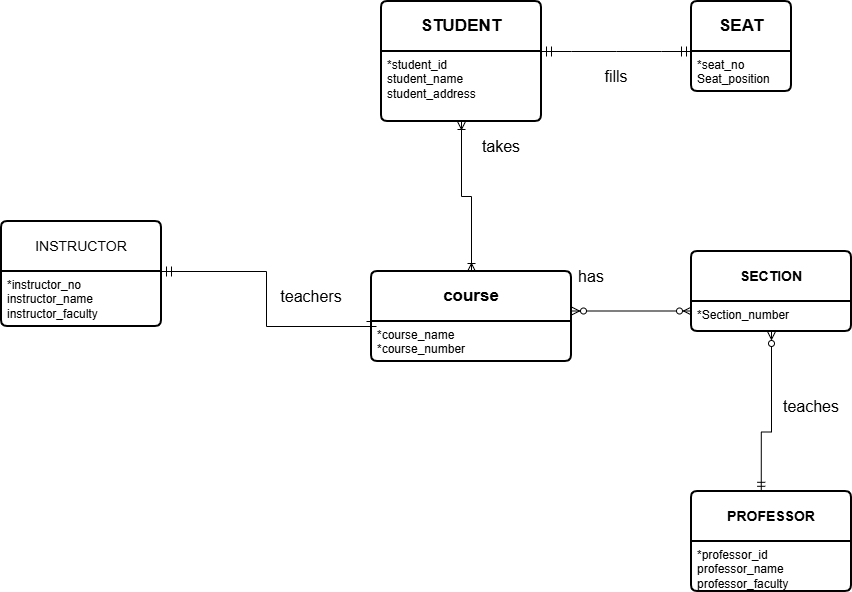
Before: Conceptual_Modeling.drawio.png, a diagram exported from draw.io (LuisCP759/luc_comp251_lab2). Source tidied: cells renumbered, new cells last; positions are measured from the earlier drawing's top-left corner, leaving out a move shared by most shapes. The source it was exported from:
```xml
<mxGraphModel>
  <root>
    <mxCell id="0" />
    <mxCell id="1" parent="0" />
    <mxCell id="2" value="&lt;b&gt;&lt;font style=&quot;font-size: 17px;&quot;&gt;STUDENT&lt;/font&gt;&lt;/b&gt;" style="swimlane;horizontal=1;startSize=50;rounded=1;fontSize=14;fontStyle=0;strokeWidth=2;shadow=0;dashed=0;align=center;arcSize=4;whiteSpace=wrap;html=1;" parent="1" vertex="1">
      <mxGeometry x="380" width="160" height="120" as="geometry" />
    </mxCell>
    <mxCell id="3" value="*student_id&amp;nbsp;&lt;div&gt;student_name&lt;/div&gt;&lt;div&gt;student_address&amp;nbsp;&lt;/div&gt;&lt;div&gt;&lt;br&gt;&lt;/div&gt;" style="align=left;strokeColor=none;fillColor=none;spacingLeft=4;spacingRight=4;fontSize=12;verticalAlign=top;html=1;whiteSpace=wrap;" parent="2" vertex="1">
      <mxGeometry y="50" width="160" height="70" as="geometry" />
    </mxCell>
    <mxCell id="4" style="edgeStyle=entityRelationEdgeStyle;fontSize=12;html=1;endArrow=ERmandOne;endFill=0;rounded=0;defaultLabelBackgroundColor=page;startSize=8;endSize=8;curved=1;startArrow=ERmandOne;startFill=0;flowAnimation=0;sketch=0;" parent="1" edge="1">
      <mxGeometry relative="1" as="geometry">
        <mxPoint x="540" y="50" as="sourcePoint" />
        <mxPoint x="690" y="50" as="targetPoint" />
      </mxGeometry>
    </mxCell>
    <mxCell id="5" value="&lt;span style=&quot;font-size: 17px;&quot;&gt;&lt;b&gt;SEAT&lt;/b&gt;&lt;/span&gt;" style="swimlane;horizontal=1;startSize=50;rounded=1;fontSize=14;fontStyle=0;strokeWidth=2;shadow=0;dashed=0;align=center;arcSize=4;whiteSpace=wrap;html=1;" parent="1" vertex="1">
      <mxGeometry x="690" width="100" height="90" as="geometry" />
    </mxCell>
    <mxCell id="6" value="*seat_no&lt;div&gt;Seat_position&lt;/div&gt;" style="align=left;strokeColor=none;fillColor=none;spacingLeft=4;spacingRight=4;fontSize=12;verticalAlign=top;html=1;whiteSpace=wrap;" parent="5" vertex="1">
      <mxGeometry y="50" width="100" height="40" as="geometry" />
    </mxCell>
    <mxCell id="7" style="edgeStyle=orthogonalEdgeStyle;fontSize=12;html=1;endArrow=ERoneToMany;endFill=0;rounded=0;defaultLabelBackgroundColor=page;exitX=0.5;exitY=1;exitDx=0;exitDy=0;startArrow=ERoneToMany;startFill=0;" parent="1" edge="1" source="2">
      <mxGeometry relative="1" as="geometry">
        <mxPoint x="470" y="270" as="targetPoint" />
      </mxGeometry>
    </mxCell>
    <mxCell id="8" value="&lt;span style=&quot;font-size: 17px;&quot;&gt;&lt;b&gt;course&lt;/b&gt;&lt;/span&gt;" style="swimlane;horizontal=1;startSize=50;rounded=1;fontSize=14;fontStyle=0;strokeWidth=2;shadow=0;dashed=0;align=center;arcSize=4;whiteSpace=wrap;html=1;" parent="1" vertex="1">
      <mxGeometry x="370" y="270" width="200" height="90" as="geometry" />
    </mxCell>
    <mxCell id="9" value="&lt;div&gt;*course_name&lt;/div&gt;&lt;div&gt;*course_number&lt;/div&gt;&lt;div&gt;&lt;br&gt;&lt;/div&gt;" style="align=left;strokeColor=none;fillColor=none;spacingLeft=4;spacingRight=4;fontSize=12;verticalAlign=top;html=1;whiteSpace=wrap;" parent="8" vertex="1">
      <mxGeometry y="50" width="200" height="40" as="geometry" />
    </mxCell>
    <mxCell id="10" style="edgeStyle=orthogonalEdgeStyle;fontSize=12;html=1;endArrow=ERzeroToMany;endFill=1;rounded=0;defaultLabelBackgroundColor=page;exitX=0.5;exitY=1;exitDx=0;exitDy=0;startArrow=ERzeroToMany;startFill=1;entryX=0;entryY=0.5;entryDx=0;entryDy=0;" parent="1" edge="1">
      <mxGeometry relative="1" as="geometry">
        <mxPoint x="570" y="309.5" as="sourcePoint" />
        <mxPoint x="690" y="309.5" as="targetPoint" />
      </mxGeometry>
    </mxCell>
    <mxCell id="11" value="INSTRUCTOR" style="swimlane;horizontal=1;startSize=50;rounded=1;fontSize=14;fontStyle=0;strokeWidth=2;shadow=0;dashed=0;align=center;arcSize=4;whiteSpace=wrap;html=1;" parent="1" vertex="1">
      <mxGeometry y="220" width="160" height="105" as="geometry" />
    </mxCell>
    <mxCell id="12" value="*instructor_no&lt;div&gt;instructor_name&lt;/div&gt;&lt;div&gt;instructor_faculty&lt;/div&gt;&lt;div&gt;&lt;br&gt;&lt;/div&gt;" style="align=left;strokeColor=none;fillColor=none;spacingLeft=4;spacingRight=4;fontSize=12;verticalAlign=top;html=1;whiteSpace=wrap;" parent="11" vertex="1">
      <mxGeometry y="50" width="160" height="55" as="geometry" />
    </mxCell>
    <mxCell id="13" value="&lt;b&gt;SECTION&lt;/b&gt;" style="swimlane;horizontal=1;startSize=50;rounded=1;fontSize=14;fontStyle=0;strokeWidth=2;shadow=0;dashed=0;align=center;arcSize=4;whiteSpace=wrap;html=1;" parent="1" vertex="1">
      <mxGeometry x="690" y="250" width="160" height="80" as="geometry" />
    </mxCell>
    <mxCell id="14" value="*Section_number" style="align=left;strokeColor=none;fillColor=none;spacingLeft=4;spacingRight=4;fontSize=12;verticalAlign=top;html=1;whiteSpace=wrap;" parent="13" vertex="1">
      <mxGeometry y="50" width="160" height="30" as="geometry" />
    </mxCell>
    <mxCell id="15" value="&lt;b&gt;PROFESSOR&lt;/b&gt;" style="swimlane;horizontal=1;startSize=50;rounded=1;fontSize=14;fontStyle=0;strokeWidth=2;shadow=0;dashed=0;align=center;arcSize=4;whiteSpace=wrap;html=1;" parent="1" vertex="1">
      <mxGeometry x="690" y="490" width="160" height="100" as="geometry" />
    </mxCell>
    <mxCell id="16" value="*professor_id&lt;div&gt;professor_name&lt;/div&gt;&lt;div&gt;professor_faculty&lt;/div&gt;" style="align=left;strokeColor=none;fillColor=none;spacingLeft=4;spacingRight=4;fontSize=12;verticalAlign=top;html=1;whiteSpace=wrap;" parent="15" vertex="1">
      <mxGeometry y="50" width="160" height="50" as="geometry" />
    </mxCell>
    <mxCell id="17" style="edgeStyle=orthogonalEdgeStyle;fontSize=12;html=1;endArrow=ERmandOne;endFill=0;rounded=0;defaultLabelBackgroundColor=page;exitX=0.5;exitY=1;exitDx=0;exitDy=0;entryX=0.436;entryY=-0.012;entryDx=0;entryDy=0;entryPerimeter=0;startArrow=ERzeroToMany;startFill=0;" parent="1" edge="1" source="14" target="15">
      <mxGeometry x="-0.32" relative="1" as="geometry">
        <Array as="points">
          <mxPoint x="770" y="430.5" />
          <mxPoint x="759.8" y="430.5" />
        </Array>
      </mxGeometry>
    </mxCell>
    <mxCell id="18" value="teaches" style="text;html=1;whiteSpace=wrap;strokeColor=none;fillColor=none;align=center;verticalAlign=middle;rounded=0;fontSize=16;" parent="1" vertex="1">
      <mxGeometry x="780" y="390" width="60" height="30" as="geometry" />
    </mxCell>
    <mxCell id="19" value="takes" style="text;html=1;whiteSpace=wrap;strokeColor=none;fillColor=none;align=center;verticalAlign=middle;rounded=0;fontSize=16;" parent="1" vertex="1">
      <mxGeometry x="470" y="130" width="60" height="30" as="geometry" />
    </mxCell>
    <mxCell id="20" value="has" style="text;html=1;whiteSpace=wrap;strokeColor=none;fillColor=none;align=center;verticalAlign=middle;rounded=0;fontSize=16;" parent="1" vertex="1">
      <mxGeometry x="560" y="260" width="60" height="30" as="geometry" />
    </mxCell>
    <mxCell id="21" value="fills" style="text;html=1;whiteSpace=wrap;strokeColor=none;fillColor=none;align=center;verticalAlign=middle;rounded=0;fontSize=16;" parent="1" vertex="1">
      <mxGeometry x="585" y="60" width="60" height="30" as="geometry" />
    </mxCell>
    <mxCell id="22" style="edgeStyle=orthogonalEdgeStyle;fontSize=12;html=1;endArrow=ERmandOne;startArrow=ERmandOne;rounded=0;defaultLabelBackgroundColor=page;startSize=8;endSize=8;entryX=0;entryY=0.5;entryDx=0;entryDy=0;exitX=1;exitY=0;exitDx=0;exitDy=0;startFill=0;endFill=0;" parent="1" edge="1" source="12" target="8">
      <mxGeometry x="-0.07" relative="1" as="geometry">
        <Array as="points">
          <mxPoint x="265" y="270" />
          <mxPoint x="265" y="325" />
        </Array>
      </mxGeometry>
    </mxCell>
    <mxCell id="23" value="teachers" style="text;html=1;whiteSpace=wrap;strokeColor=none;fillColor=none;align=center;verticalAlign=middle;rounded=0;fontSize=16;" parent="1" vertex="1">
      <mxGeometry x="280" y="280" width="60" height="30" as="geometry" />
    </mxCell>
  </root>
</mxGraphModel>
```
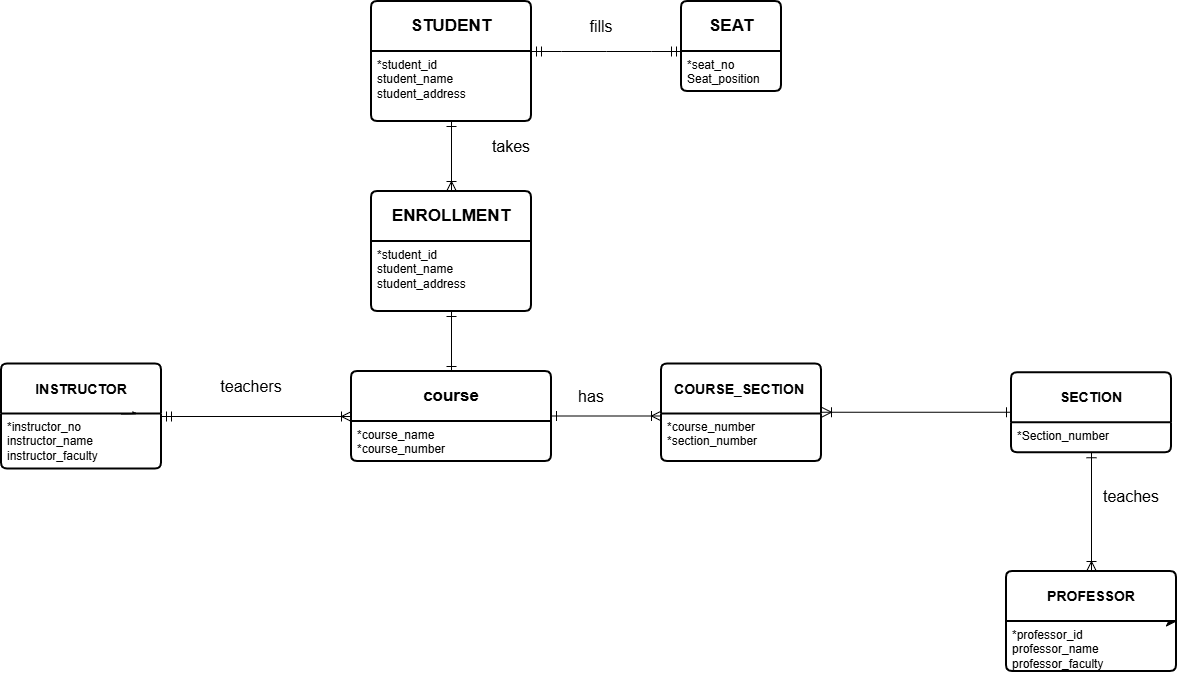
The same diagram one commit later.

Change to the diagram source:
```diff
@@ -2,89 +2,112 @@
   <root>
     <mxCell id="0" />
     <mxCell id="1" parent="0" />
+    <mxCell id="24" style="edgeStyle=none;curved=1;rounded=0;curveGeometry=1;jettySize=auto;html=1;exitX=0.5;exitY=0;exitDx=0;exitDy=0;fontSize=12;defaultLabelBackgroundColor=page;startSize=8;endSize=8;" parent="1" edge="1" source="16" target="15">
+      <mxGeometry relative="1" as="geometry" />
+    </mxCell>
+    <mxCell id="25" style="edgeStyle=none;curved=1;rounded=0;curveGeometry=1;jettySize=auto;html=1;fontSize=12;defaultLabelBackgroundColor=page;startSize=8;endSize=8;" parent="1" edge="1" source="14" target="13">
+      <mxGeometry relative="1" as="geometry" />
+    </mxCell>
     <mxCell id="2" value="&lt;b&gt;&lt;font style=&quot;font-size: 17px;&quot;&gt;STUDENT&lt;/font&gt;&lt;/b&gt;" style="swimlane;horizontal=1;startSize=50;rounded=1;fontSize=14;fontStyle=0;strokeWidth=2;shadow=0;dashed=0;align=center;arcSize=4;whiteSpace=wrap;html=1;" parent="1" vertex="1">
-      <mxGeometry x="380" width="160" height="120" as="geometry" />
+      <mxGeometry x="290" y="-70" width="160" height="120" as="geometry" />
     </mxCell>
     <mxCell id="3" value="*student_id&amp;nbsp;&lt;div&gt;student_name&lt;/div&gt;&lt;div&gt;student_address&amp;nbsp;&lt;/div&gt;&lt;div&gt;&lt;br&gt;&lt;/div&gt;" style="align=left;strokeColor=none;fillColor=none;spacingLeft=4;spacingRight=4;fontSize=12;verticalAlign=top;html=1;whiteSpace=wrap;" parent="2" vertex="1">
       <mxGeometry y="50" width="160" height="70" as="geometry" />
     </mxCell>
     <mxCell id="4" style="edgeStyle=entityRelationEdgeStyle;fontSize=12;html=1;endArrow=ERmandOne;endFill=0;rounded=0;defaultLabelBackgroundColor=page;startSize=8;endSize=8;curved=1;startArrow=ERmandOne;startFill=0;flowAnimation=0;sketch=0;" parent="1" edge="1">
       <mxGeometry relative="1" as="geometry">
-        <mxPoint x="540" y="50" as="sourcePoint" />
-        <mxPoint x="690" y="50" as="targetPoint" />
+        <mxPoint x="450" y="-20" as="sourcePoint" />
+        <mxPoint x="600" y="-20" as="targetPoint" />
       </mxGeometry>
     </mxCell>
     <mxCell id="5" value="&lt;span style=&quot;font-size: 17px;&quot;&gt;&lt;b&gt;SEAT&lt;/b&gt;&lt;/span&gt;" style="swimlane;horizontal=1;startSize=50;rounded=1;fontSize=14;fontStyle=0;strokeWidth=2;shadow=0;dashed=0;align=center;arcSize=4;whiteSpace=wrap;html=1;" parent="1" vertex="1">
-      <mxGeometry x="690" width="100" height="90" as="geometry" />
+      <mxGeometry x="600" y="-70" width="100" height="90" as="geometry" />
     </mxCell>
     <mxCell id="6" value="*seat_no&lt;div&gt;Seat_position&lt;/div&gt;" style="align=left;strokeColor=none;fillColor=none;spacingLeft=4;spacingRight=4;fontSize=12;verticalAlign=top;html=1;whiteSpace=wrap;" parent="5" vertex="1">
       <mxGeometry y="50" width="100" height="40" as="geometry" />
     </mxCell>
-    <mxCell id="7" style="edgeStyle=orthogonalEdgeStyle;fontSize=12;html=1;endArrow=ERoneToMany;endFill=0;rounded=0;defaultLabelBackgroundColor=page;exitX=0.5;exitY=1;exitDx=0;exitDy=0;startArrow=ERoneToMany;startFill=0;" parent="1" edge="1" source="2">
-      <mxGeometry relative="1" as="geometry">
-        <mxPoint x="470" y="270" as="targetPoint" />
-      </mxGeometry>
-    </mxCell>
     <mxCell id="8" value="&lt;span style=&quot;font-size: 17px;&quot;&gt;&lt;b&gt;course&lt;/b&gt;&lt;/span&gt;" style="swimlane;horizontal=1;startSize=50;rounded=1;fontSize=14;fontStyle=0;strokeWidth=2;shadow=0;dashed=0;align=center;arcSize=4;whiteSpace=wrap;html=1;" parent="1" vertex="1">
-      <mxGeometry x="370" y="270" width="200" height="90" as="geometry" />
+      <mxGeometry x="270" y="300" width="200" height="90" as="geometry" />
     </mxCell>
     <mxCell id="9" value="&lt;div&gt;*course_name&lt;/div&gt;&lt;div&gt;*course_number&lt;/div&gt;&lt;div&gt;&lt;br&gt;&lt;/div&gt;" style="align=left;strokeColor=none;fillColor=none;spacingLeft=4;spacingRight=4;fontSize=12;verticalAlign=top;html=1;whiteSpace=wrap;" parent="8" vertex="1">
       <mxGeometry y="50" width="200" height="40" as="geometry" />
     </mxCell>
-    <mxCell id="10" style="edgeStyle=orthogonalEdgeStyle;fontSize=12;html=1;endArrow=ERzeroToMany;endFill=1;rounded=0;defaultLabelBackgroundColor=page;exitX=0.5;exitY=1;exitDx=0;exitDy=0;startArrow=ERzeroToMany;startFill=1;entryX=0;entryY=0.5;entryDx=0;entryDy=0;" parent="1" edge="1">
-      <mxGeometry relative="1" as="geometry">
-        <mxPoint x="570" y="309.5" as="sourcePoint" />
-        <mxPoint x="690" y="309.5" as="targetPoint" />
-      </mxGeometry>
-    </mxCell>
-    <mxCell id="11" value="INSTRUCTOR" style="swimlane;horizontal=1;startSize=50;rounded=1;fontSize=14;fontStyle=0;strokeWidth=2;shadow=0;dashed=0;align=center;arcSize=4;whiteSpace=wrap;html=1;" parent="1" vertex="1">
-      <mxGeometry y="220" width="160" height="105" as="geometry" />
+    <mxCell id="11" value="&lt;b&gt;INSTRUCTOR&lt;/b&gt;" style="swimlane;horizontal=1;startSize=50;rounded=1;fontSize=14;fontStyle=0;strokeWidth=2;shadow=0;dashed=0;align=center;arcSize=4;whiteSpace=wrap;html=1;" parent="1" vertex="1">
+      <mxGeometry x="-80" y="292.5" width="160" height="105" as="geometry" />
     </mxCell>
     <mxCell id="12" value="*instructor_no&lt;div&gt;instructor_name&lt;/div&gt;&lt;div&gt;instructor_faculty&lt;/div&gt;&lt;div&gt;&lt;br&gt;&lt;/div&gt;" style="align=left;strokeColor=none;fillColor=none;spacingLeft=4;spacingRight=4;fontSize=12;verticalAlign=top;html=1;whiteSpace=wrap;" parent="11" vertex="1">
       <mxGeometry y="50" width="160" height="55" as="geometry" />
     </mxCell>
+    <mxCell id="26" style="edgeStyle=orthogonalEdgeStyle;curved=1;rounded=0;curveGeometry=1;orthogonalLoop=1;jettySize=auto;html=1;innerLoopWaypoints=1;exitX=0.75;exitY=0;exitDx=0;exitDy=0;entryX=0.816;entryY=-0.034;entryDx=0;entryDy=0;entryPerimeter=0;fontSize=12;defaultLabelBackgroundColor=page;startSize=8;endSize=8;startArrow=none;startFill=0;endArrow=none;endFill=0;" parent="11" edge="1" source="12" target="12">
+      <mxGeometry x="-0.6" relative="1" as="geometry">
+        <Array as="points">
+          <mxPoint x="140" y="50" />
+          <mxPoint x="140" y="48.1" />
+        </Array>
+      </mxGeometry>
+    </mxCell>
     <mxCell id="13" value="&lt;b&gt;SECTION&lt;/b&gt;" style="swimlane;horizontal=1;startSize=50;rounded=1;fontSize=14;fontStyle=0;strokeWidth=2;shadow=0;dashed=0;align=center;arcSize=4;whiteSpace=wrap;html=1;" parent="1" vertex="1">
-      <mxGeometry x="690" y="250" width="160" height="80" as="geometry" />
+      <mxGeometry x="930" y="301.2" width="160" height="80" as="geometry" />
     </mxCell>
     <mxCell id="14" value="*Section_number" style="align=left;strokeColor=none;fillColor=none;spacingLeft=4;spacingRight=4;fontSize=12;verticalAlign=top;html=1;whiteSpace=wrap;" parent="13" vertex="1">
       <mxGeometry y="50" width="160" height="30" as="geometry" />
     </mxCell>
     <mxCell id="15" value="&lt;b&gt;PROFESSOR&lt;/b&gt;" style="swimlane;horizontal=1;startSize=50;rounded=1;fontSize=14;fontStyle=0;strokeWidth=2;shadow=0;dashed=0;align=center;arcSize=4;whiteSpace=wrap;html=1;" parent="1" vertex="1">
-      <mxGeometry x="690" y="490" width="160" height="100" as="geometry" />
+      <mxGeometry x="925" y="500" width="170" height="100" as="geometry" />
     </mxCell>
     <mxCell id="16" value="*professor_id&lt;div&gt;professor_name&lt;/div&gt;&lt;div&gt;professor_faculty&lt;/div&gt;" style="align=left;strokeColor=none;fillColor=none;spacingLeft=4;spacingRight=4;fontSize=12;verticalAlign=top;html=1;whiteSpace=wrap;" parent="15" vertex="1">
-      <mxGeometry y="50" width="160" height="50" as="geometry" />
+      <mxGeometry y="50" width="170" height="50" as="geometry" />
     </mxCell>
-    <mxCell id="17" style="edgeStyle=orthogonalEdgeStyle;fontSize=12;html=1;endArrow=ERmandOne;endFill=0;rounded=0;defaultLabelBackgroundColor=page;exitX=0.5;exitY=1;exitDx=0;exitDy=0;entryX=0.436;entryY=-0.012;entryDx=0;entryDy=0;entryPerimeter=0;startArrow=ERzeroToMany;startFill=0;" parent="1" edge="1" source="14" target="15">
-      <mxGeometry x="-0.32" relative="1" as="geometry">
-        <Array as="points">
-          <mxPoint x="770" y="430.5" />
-          <mxPoint x="759.8" y="430.5" />
-        </Array>
-      </mxGeometry>
-    </mxCell>
     <mxCell id="18" value="teaches" style="text;html=1;whiteSpace=wrap;strokeColor=none;fillColor=none;align=center;verticalAlign=middle;rounded=0;fontSize=16;" parent="1" vertex="1">
-      <mxGeometry x="780" y="390" width="60" height="30" as="geometry" />
+      <mxGeometry x="1020" y="410" width="60" height="30" as="geometry" />
     </mxCell>
     <mxCell id="19" value="takes" style="text;html=1;whiteSpace=wrap;strokeColor=none;fillColor=none;align=center;verticalAlign=middle;rounded=0;fontSize=16;" parent="1" vertex="1">
-      <mxGeometry x="470" y="130" width="60" height="30" as="geometry" />
+      <mxGeometry x="400" y="60" width="60" height="30" as="geometry" />
     </mxCell>
     <mxCell id="20" value="has" style="text;html=1;whiteSpace=wrap;strokeColor=none;fillColor=none;align=center;verticalAlign=middle;rounded=0;fontSize=16;" parent="1" vertex="1">
-      <mxGeometry x="560" y="260" width="60" height="30" as="geometry" />
+      <mxGeometry x="480" y="310" width="60" height="30" as="geometry" />
     </mxCell>
     <mxCell id="21" value="fills" style="text;html=1;whiteSpace=wrap;strokeColor=none;fillColor=none;align=center;verticalAlign=middle;rounded=0;fontSize=16;" parent="1" vertex="1">
-      <mxGeometry x="585" y="60" width="60" height="30" as="geometry" />
+      <mxGeometry x="490" y="-60" width="60" height="30" as="geometry" />
     </mxCell>
-    <mxCell id="22" style="edgeStyle=orthogonalEdgeStyle;fontSize=12;html=1;endArrow=ERmandOne;startArrow=ERmandOne;rounded=0;defaultLabelBackgroundColor=page;startSize=8;endSize=8;entryX=0;entryY=0.5;entryDx=0;entryDy=0;exitX=1;exitY=0;exitDx=0;exitDy=0;startFill=0;endFill=0;" parent="1" edge="1" source="12" target="8">
-      <mxGeometry x="-0.07" relative="1" as="geometry">
-        <Array as="points">
-          <mxPoint x="265" y="270" />
-          <mxPoint x="265" y="325" />
-        </Array>
-      </mxGeometry>
+    <mxCell id="22" style="fontSize=12;html=1;endArrow=ERoneToMany;startArrow=ERmandOne;rounded=0;defaultLabelBackgroundColor=page;startSize=8;endSize=8;entryX=0;entryY=0.5;entryDx=0;entryDy=0;startFill=0;endFill=0;elbow=vertical;exitX=1;exitY=0.5;exitDx=0;exitDy=0;" parent="1" edge="1" source="11" target="8">
+      <mxGeometry x="-0.24" relative="1" as="geometry" />
     </mxCell>
+    <mxCell id="27" value="&lt;b&gt;&lt;font style=&quot;font-size: 17px;&quot;&gt;ENROLLMENT&lt;/font&gt;&lt;/b&gt;" style="swimlane;horizontal=1;startSize=50;rounded=1;fontSize=14;fontStyle=0;strokeWidth=2;shadow=0;dashed=0;align=center;arcSize=4;whiteSpace=wrap;html=1;" parent="1" vertex="1">
+      <mxGeometry x="290" y="120" width="160" height="120" as="geometry" />
+    </mxCell>
+    <mxCell id="28" value="*student_id&amp;nbsp;&lt;div&gt;student_name&lt;/div&gt;&lt;div&gt;student_address&amp;nbsp;&lt;/div&gt;&lt;div&gt;&lt;br&gt;&lt;/div&gt;" style="align=left;strokeColor=none;fillColor=none;spacingLeft=4;spacingRight=4;fontSize=12;verticalAlign=top;html=1;whiteSpace=wrap;" parent="27" vertex="1">
+      <mxGeometry y="50" width="160" height="70" as="geometry" />
+    </mxCell>
     <mxCell id="23" value="teachers" style="text;html=1;whiteSpace=wrap;strokeColor=none;fillColor=none;align=center;verticalAlign=middle;rounded=0;fontSize=16;" parent="1" vertex="1">
-      <mxGeometry x="280" y="280" width="60" height="30" as="geometry" />
+      <mxGeometry x="140" y="300" width="60" height="30" as="geometry" />
     </mxCell>
+    <mxCell id="29" style="fontSize=12;html=1;endArrow=ERoneToMany;startArrow=ERone;rounded=0;defaultLabelBackgroundColor=page;startSize=8;endSize=8;startFill=0;endFill=0;elbow=vertical;exitX=1;exitY=0.5;exitDx=0;exitDy=0;" parent="1" edge="1">
+      <mxGeometry x="0.31" relative="1" as="geometry">
+        <mxPoint x="470" y="344.5" as="sourcePoint" />
+        <mxPoint x="580" y="344.5" as="targetPoint" />
+      </mxGeometry>
+    </mxCell>
+    <mxCell id="30" value="&lt;b&gt;COURSE_SECTION&amp;nbsp;&lt;/b&gt;" style="swimlane;horizontal=1;startSize=50;rounded=1;fontSize=14;fontStyle=0;strokeWidth=2;shadow=0;dashed=0;align=center;arcSize=4;whiteSpace=wrap;html=1;" parent="1" vertex="1">
+      <mxGeometry x="580" y="292.5" width="160" height="97.5" as="geometry" />
+    </mxCell>
+    <mxCell id="31" value="*course_number&lt;div&gt;*section_number&lt;/div&gt;" style="align=left;strokeColor=none;fillColor=none;spacingLeft=4;spacingRight=4;fontSize=12;verticalAlign=top;html=1;whiteSpace=wrap;" parent="30" vertex="1">
+      <mxGeometry y="50" width="160" height="47.5" as="geometry" />
+    </mxCell>
+    <mxCell id="32" style="fontSize=12;html=1;endArrow=ERone;startArrow=ERoneToMany;rounded=0;defaultLabelBackgroundColor=page;startSize=8;endSize=8;entryX=0;entryY=0.5;entryDx=0;entryDy=0;startFill=0;endFill=0;elbow=vertical;exitX=1;exitY=0.5;exitDx=0;exitDy=0;" parent="1" edge="1">
+      <mxGeometry x="-0.24" relative="1" as="geometry">
+        <mxPoint x="740" y="340.8" as="sourcePoint" />
+        <mxPoint x="930" y="340.8" as="targetPoint" />
+      </mxGeometry>
+    </mxCell>
+    <mxCell id="33" style="fontSize=12;html=1;endArrow=ERone;startArrow=ERoneToMany;rounded=0;defaultLabelBackgroundColor=page;startSize=8;endSize=8;startFill=0;endFill=0;elbow=vertical;entryX=0.5;entryY=1;entryDx=0;entryDy=0;exitX=0.5;exitY=0;exitDx=0;exitDy=0;" parent="1" edge="1" source="15" target="13">
+      <mxGeometry x="-0.09" relative="1" as="geometry" />
+    </mxCell>
+    <mxCell id="34" style="fontSize=12;html=1;endArrow=ERoneToMany;startArrow=ERone;rounded=0;defaultLabelBackgroundColor=page;startSize=8;endSize=8;entryX=0.5;entryY=0;entryDx=0;entryDy=0;startFill=0;endFill=0;elbow=vertical;exitX=0.5;exitY=1;exitDx=0;exitDy=0;" parent="1" edge="1" source="2" target="27">
+      <mxGeometry x="-0.24" relative="1" as="geometry" />
+    </mxCell>
+    <mxCell id="35" style="fontSize=12;html=1;endArrow=ERone;startArrow=ERone;rounded=0;defaultLabelBackgroundColor=page;startSize=8;endSize=8;startFill=0;endFill=0;elbow=vertical;exitX=0.5;exitY=1;exitDx=0;exitDy=0;entryX=0.5;entryY=0;entryDx=0;entryDy=0;" parent="1" edge="1" source="27" target="8">
+      <mxGeometry x="-0.47" relative="1" as="geometry" />
+    </mxCell>
   </root>
 </mxGraphModel>
```
